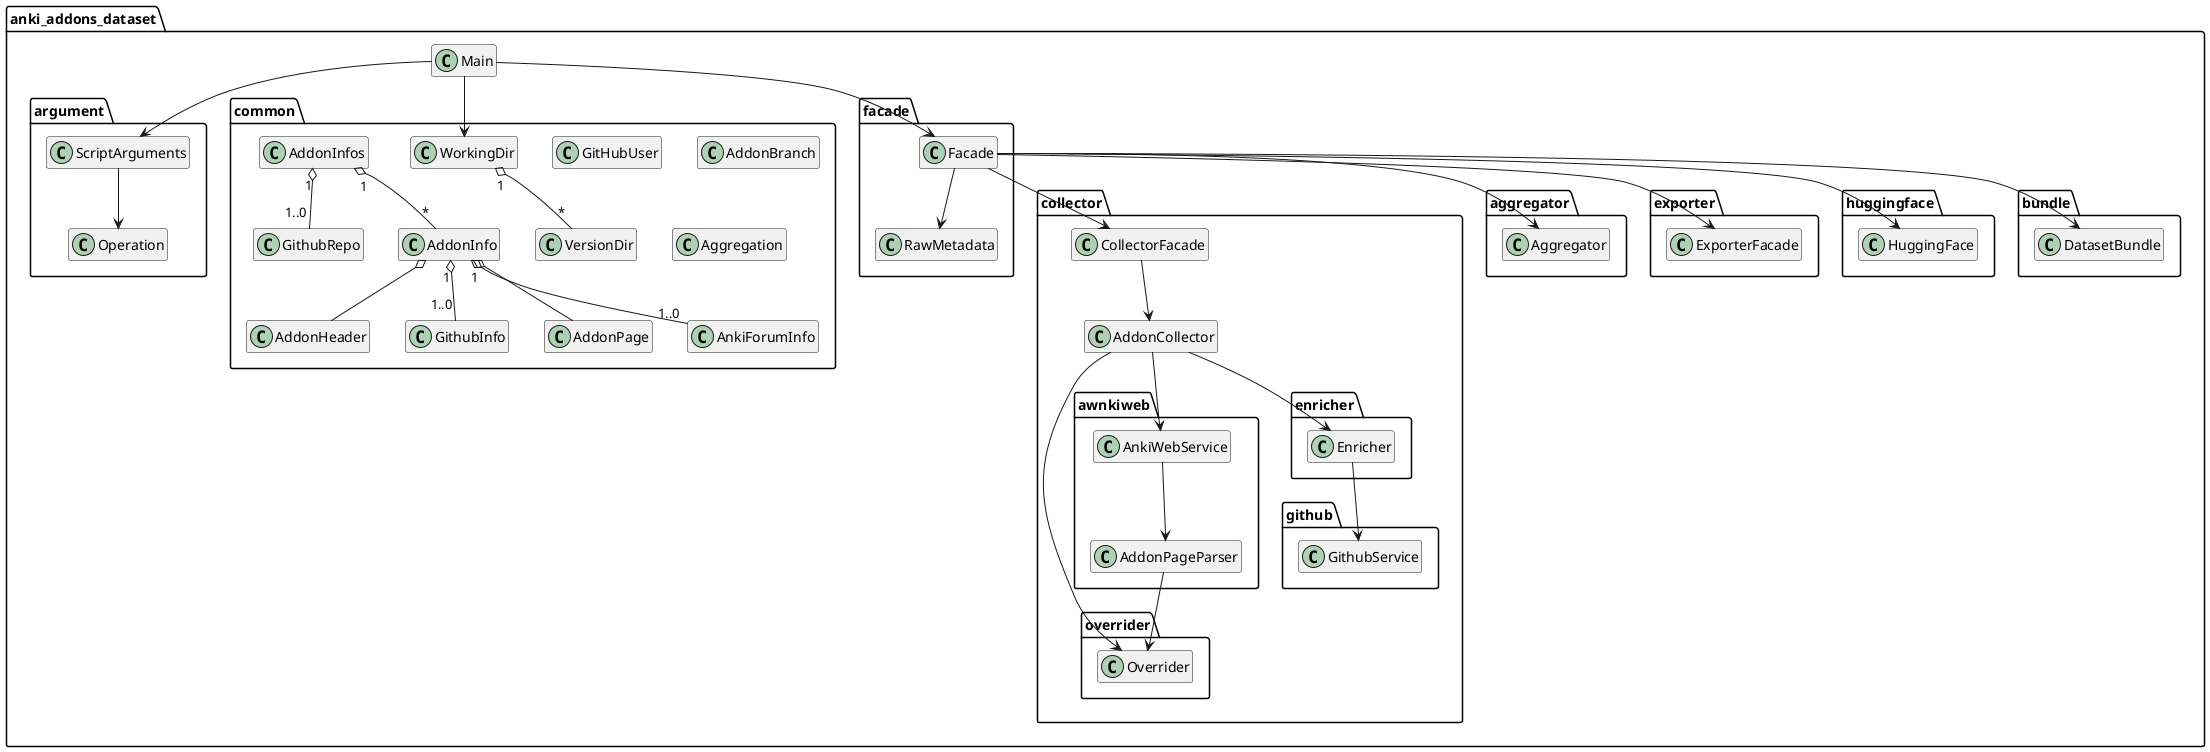
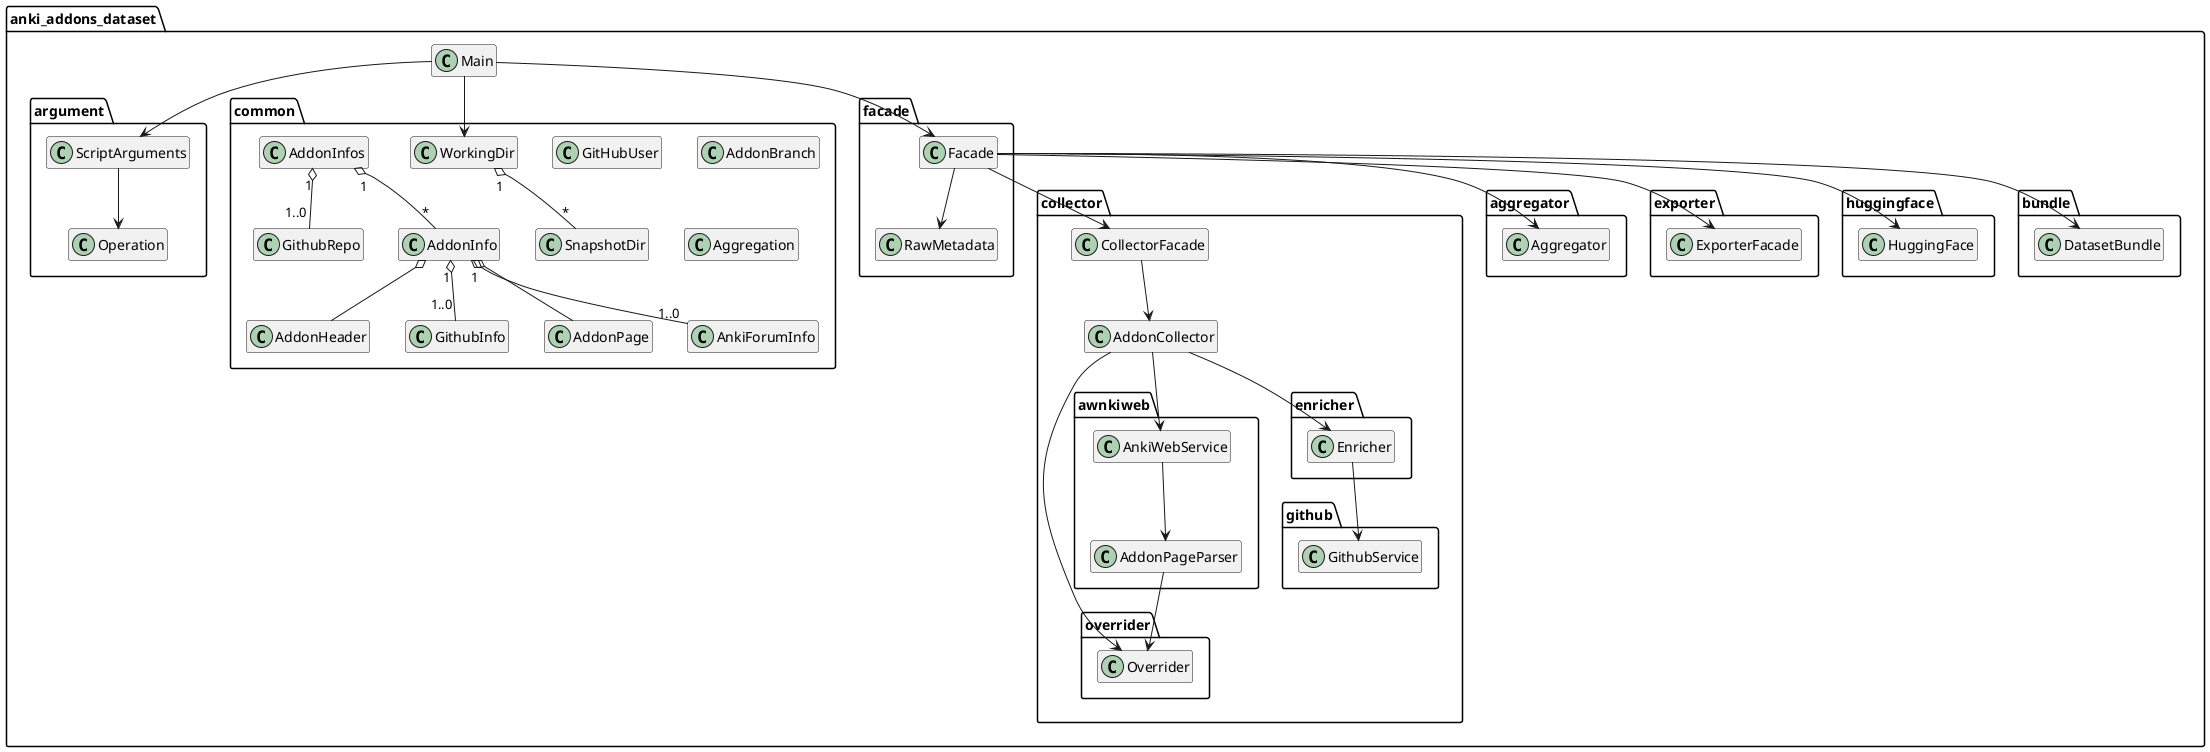
@startuml
'https://plantuml.com/class-diagram
hide empty members

package anki_addons_dataset {
    class Main
    package argument {
        class ScriptArguments
        class Operation
    }
    package common {
        class WorkingDir
-         class VersionDir
+         class SnapshotDir
        class AddonInfos
        class AddonHeader
        class GitHubUser
        class GithubRepo
        class GithubInfo
        class AddonBranch
        class AddonPage
        class AddonInfo
        class AnkiForumInfo
        class Aggregation
    }
    package facade {
        class Facade
        class RawMetadata
    }
    package collector {
        class CollectorFacade
        class AddonCollector
        package overrider {
            class Overrider
        }
        package awnkiweb {
            class AddonPageParser
            class AnkiWebService
        }
        package github {
            class GithubService
        }
        package enricher {
            class Enricher
        }
    }
    package aggregator {
        class Aggregator
    }
    package exporter {
        class ExporterFacade
    }
    package huggingface {
        class HuggingFace
    }
    package bundle {
        class DatasetBundle
    }
}

ScriptArguments --> Operation
Main --> ScriptArguments
Main --> WorkingDir
Main --> Facade
- WorkingDir "1" o-- "*" VersionDir
+ WorkingDir "1" o-- "*" SnapshotDir
Facade --> RawMetadata
Facade --> CollectorFacade
CollectorFacade --> AddonCollector
AddonPageParser --> Overrider
AnkiWebService --> AddonPageParser
AddonCollector --> AnkiWebService
AddonCollector --> Overrider
Enricher --> GithubService
AddonCollector --> Enricher
Facade --> Aggregator
Facade --> ExporterFacade
Facade --> HuggingFace
Facade --> DatasetBundle

AddonInfos "1" o-- "*" AddonInfo
AddonInfos "1" o-- "1..0" GithubRepo
AddonInfo o-- AddonHeader
AddonInfo o-- AddonPage
AddonInfo "1" o-- "1..0" GithubInfo
AddonInfo "1" o-- "1..0" AnkiForumInfo

@enduml